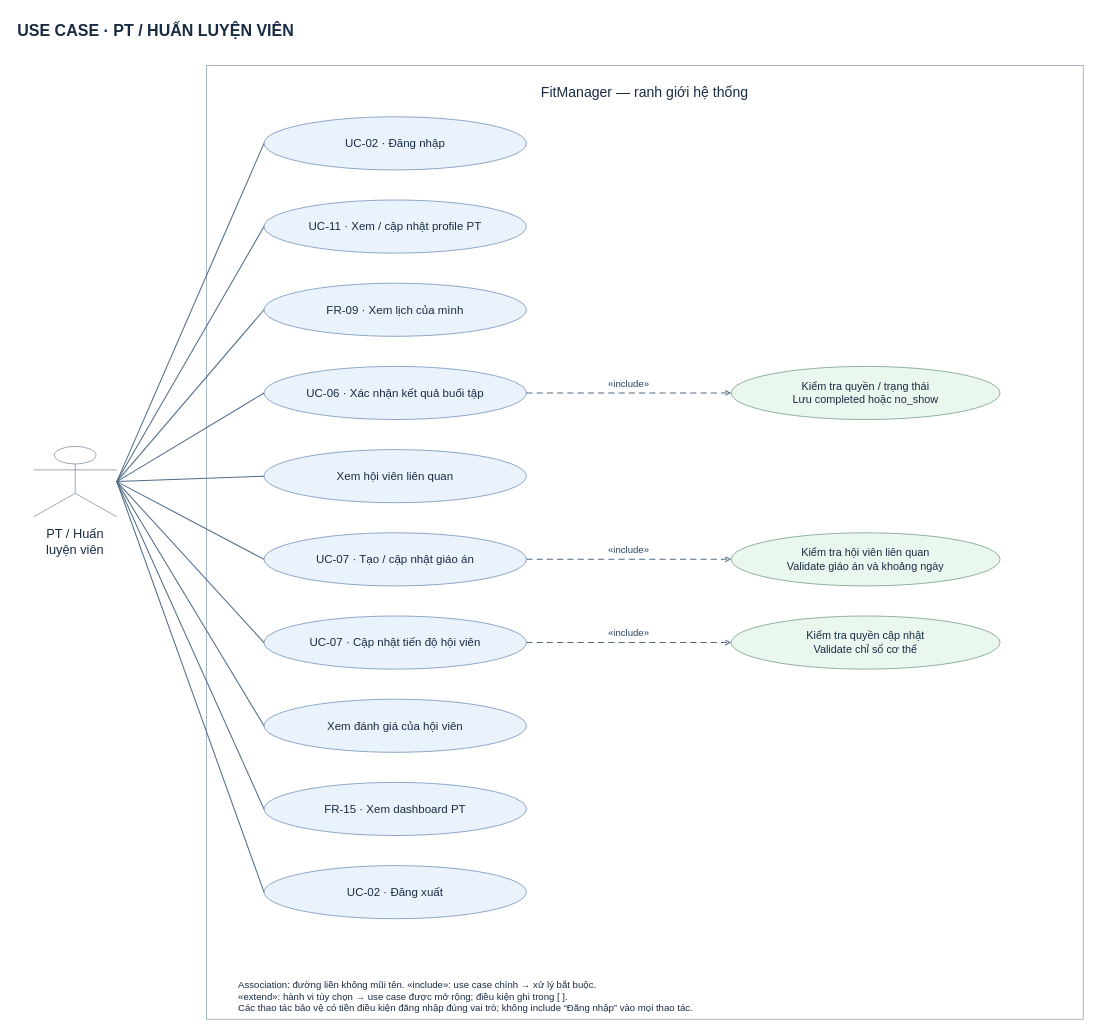
Above: docs/diagram/usecase-trainer.drawio in Huy-Haru/ProjectSDN (draw.io), before the change. Source tidied: cells renumbered, new cells numbered last; positions are measured from the earlier drawing's top-left corner, leaving out a move shared by most shapes. Both pictures are drawn from the tidied source at 64%, with x=0, y=0 at pixel (11, 11).
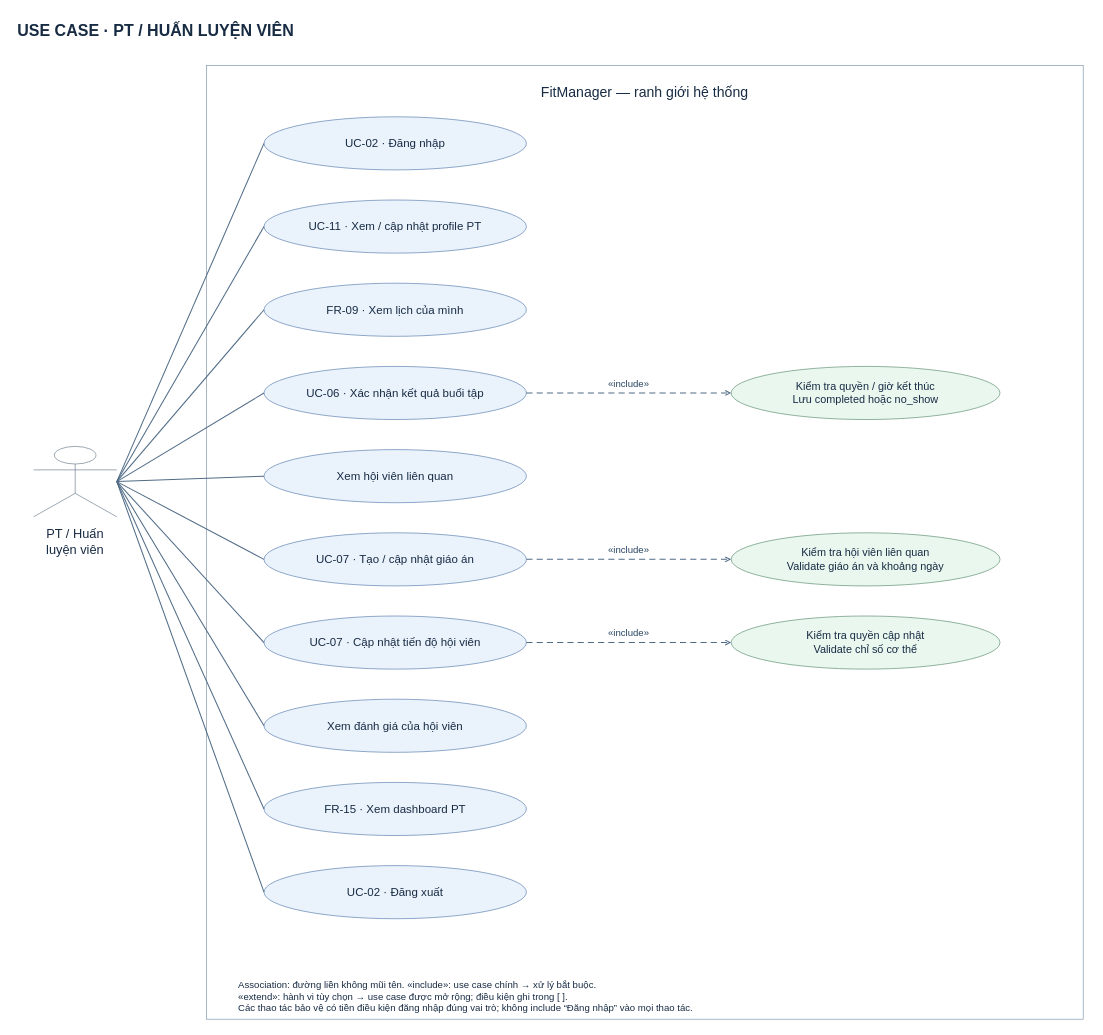
Above is the later version.

Unchanged cells that the change refers to:
```xml
<mxCell id="3" value="FitManager — ranh giới hệ thống" style="html=0;whiteSpace=wrap;fontFamily=Arial;fontSize=17;fontColor=#172b43;strokeColor=#5479aa;fillColor=#eaf2fc;spacing=10;rounded=0;fillColor=none;strokeColor=#7890a9;verticalAlign=top;fontSize=22;spacingTop=14;" parent="1" vertex="1">
  <mxGeometry x="305" y="85" width="1370" height="1490" as="geometry" />
</mxCell>
```

Diff of the diagram source:
```diff
@@
-    <mxCell id="15" value="Kiểm tra quyền / trạng thái&#10;Lưu completed hoặc no_show" style="html=0;whiteSpace=wrap;fontFamily=Arial;fontSize=17;fontColor=#172b43;strokeColor=#568a69;fillColor=#eaf7ef;spacing=10;ellipse;" parent="3" vertex="1">
+    <mxCell id="15" value="Kiểm tra quyền / giờ kết thúc&#10;Lưu completed hoặc no_show" style="html=0;whiteSpace=wrap;fontFamily=Arial;fontSize=17;fontColor=#172b43;strokeColor=#568a69;fillColor=#eaf7ef;spacing=10;ellipse;" parent="3" vertex="1">
       <mxGeometry x="820" y="470" width="420" height="83" as="geometry" />
     </mxCell>
```
